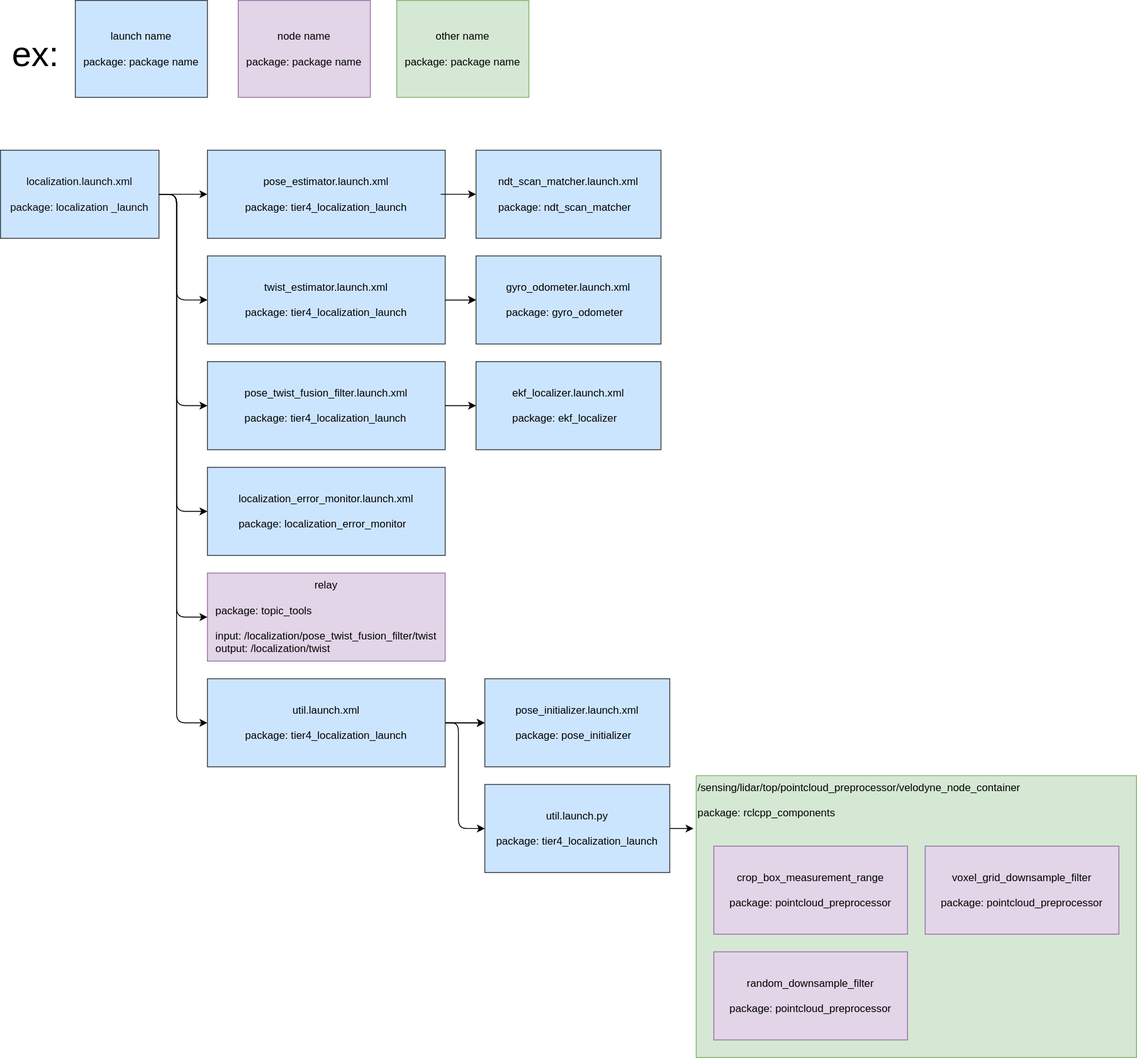
Above: main/launch/tier4_localization_launch/localization_launch.drawio.svg in cyn-liu/autoware.universe (draw.io), before the change. Source tidied: cells renumbered, new cells last; positions are measured from the earlier drawing's top-left corner, leaving out a move shared by most shapes.
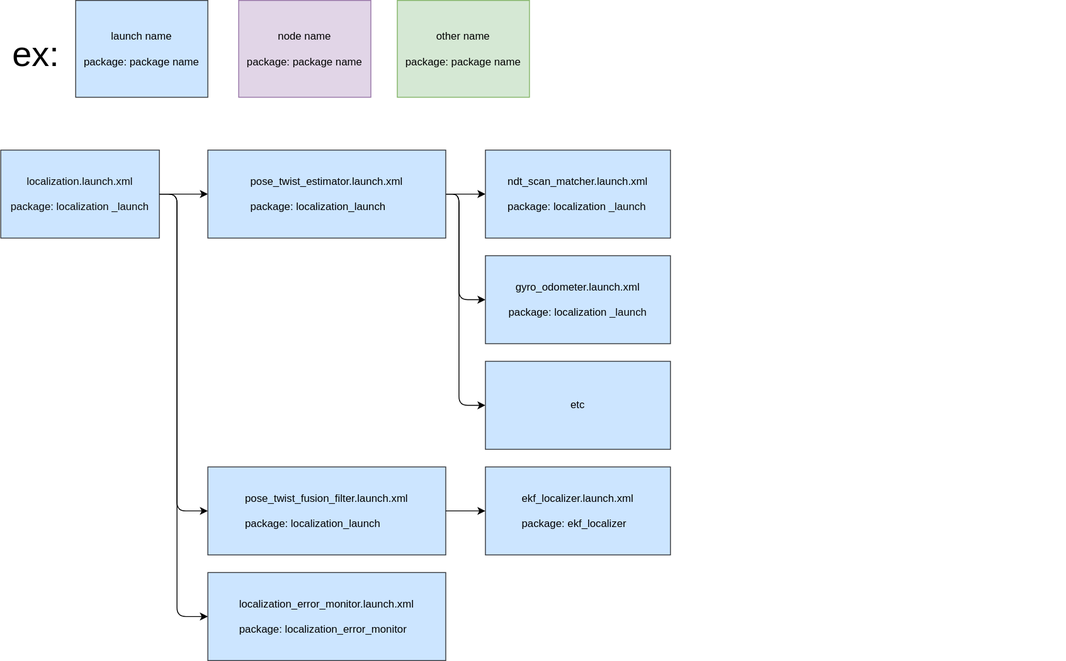
After the change.

Diff of the diagram source:
```diff
@@ -2,29 +2,9 @@
   <root>
     <mxCell id="0" />
     <mxCell id="1" parent="0" />
-    <mxCell id="2" value="/sensing/lidar/top/pointcloud_preprocessor/velodyne_node_container&lt;br&gt;&lt;br&gt;&lt;div&gt;&lt;span&gt;package: rclcpp_components&lt;/span&gt;&lt;/div&gt;" style="rounded=0;whiteSpace=wrap;html=1;fillColor=#d5e8d4;strokeColor=#82b366;fontColor=#000000;verticalAlign=top;align=left;" parent="1" vertex="1">
-      <mxGeometry x="790" y="880" width="500" height="320" as="geometry" />
-    </mxCell>
     <mxCell id="3" value="localization.launch.xml&lt;br&gt;&lt;br&gt;&lt;div&gt;&lt;span&gt;package: localization&lt;/span&gt;&lt;span&gt;_launch&lt;/span&gt;&lt;/div&gt;" style="rounded=0;whiteSpace=wrap;html=1;fillColor=#cce5ff;strokeColor=#36393d;fontColor=#0A0A0A;verticalAlign=middle;align=center;" parent="1" vertex="1">
       <mxGeometry y="170" width="180" height="100" as="geometry" />
     </mxCell>
-    <mxCell id="4" style="edgeStyle=orthogonalEdgeStyle;rounded=0;jettySize=auto;html=1;" parent="1" edge="1" source="6" target="30">
-      <mxGeometry relative="1" as="geometry" />
-    </mxCell>
-    <mxCell id="5" style="edgeStyle=orthogonalEdgeStyle;rounded=0;jettySize=auto;html=1;" parent="1" edge="1" source="6" target="30">
-      <mxGeometry relative="1" as="geometry" />
-    </mxCell>
-    <mxCell id="6" value="util.launch.xml&lt;br&gt;&lt;br&gt;&lt;div style=&quot;text-align: left&quot;&gt;package: localization_launch&lt;/div&gt;" style="rounded=0;whiteSpace=wrap;html=1;fillColor=#cce5ff;strokeColor=#36393d;fontColor=#000000;" parent="1" vertex="1">
-      <mxGeometry x="235" y="770" width="270" height="100" as="geometry" />
-    </mxCell>
-    <mxCell id="7" style="endArrow=classic;html=1;exitX=1;exitY=0.5;exitDx=0;exitDy=0;entryX=0;entryY=0.5;entryDx=0;entryDy=0;" parent="1" edge="1" source="3" target="6">
-      <mxGeometry relative="1" as="geometry">
-        <Array as="points">
-          <mxPoint x="200" y="220" />
-          <mxPoint x="200" y="820" />
-        </Array>
-      </mxGeometry>
-    </mxCell>
     <mxCell id="8" style="endArrow=classic;html=1;exitX=1;exitY=0.5;exitDx=0;exitDy=0;entryX=0;entryY=0.5;entryDx=0;entryDy=0;" parent="1" edge="1" source="3" target="9">
       <mxGeometry relative="1" as="geometry">
         <Array as="points">
@@ -32,7 +12,26 @@
         </Array>
       </mxGeometry>
     </mxCell>
+    <mxCell id="25" style="edgeStyle=orthogonalEdgeStyle;rounded=0;jettySize=auto;html=1;" parent="1" edge="1" source="9" target="24">
+      <mxGeometry relative="1" as="geometry" />
+    </mxCell>
+    <mxCell id="37" style="edgeStyle=orthogonalEdgeStyle;rounded=1;jettySize=auto;html=1;entryX=0;entryY=0.5;entryDx=0;entryDy=0;" parent="1" edge="1" source="9" target="26">
+      <mxGeometry relative="1" as="geometry">
+        <Array as="points">
+          <mxPoint x="520" y="220" />
+          <mxPoint x="520" y="340" />
+        </Array>
+      </mxGeometry>
+    </mxCell>
+    <mxCell id="38" style="edgeStyle=orthogonalEdgeStyle;rounded=1;jettySize=auto;html=1;entryX=0;entryY=0.5;entryDx=0;entryDy=0;" parent="1" edge="1" source="9" target="39">
+      <mxGeometry relative="1" as="geometry">
+        <Array as="points">
+          <mxPoint x="520" y="220" />
+          <mxPoint x="520" y="460" />
+        </Array>
+      </mxGeometry>
+    </mxCell>
-    <mxCell id="9" value="pose_estimator.launch.xml&lt;br&gt;&lt;br&gt;&lt;div style=&quot;text-align: left&quot;&gt;&lt;span&gt;package: localization_launch&lt;/span&gt;&lt;/div&gt;" style="rounded=0;whiteSpace=wrap;html=1;fillColor=#cce5ff;strokeColor=#36393d;fontColor=#000000;" parent="1" vertex="1">
+    <mxCell id="9" value="pose_twist_estimator.launch.xml&lt;br&gt;&lt;br&gt;&lt;div style=&quot;text-align: left&quot;&gt;&lt;span&gt;package: localization_launch&lt;/span&gt;&lt;/div&gt;" style="rounded=0;whiteSpace=wrap;html=1;fillColor=#cce5ff;strokeColor=#36393d;fontColor=#000000;" parent="1" vertex="1">
       <mxGeometry x="235" y="170" width="270" height="100" as="geometry" />
     </mxCell>
     <mxCell id="10" style="edgeStyle=none;rounded=0;orthogonalLoop=1;jettySize=auto;html=1;entryX=1;entryY=0.5;entryDx=0;entryDy=0;" parent="1" edge="1">
@@ -53,98 +52,42 @@
     <mxCell id="14" value="other name&lt;br&gt;&lt;br&gt;&lt;div style=&quot;text-align: left&quot;&gt;&lt;span&gt;package: package name&lt;/span&gt;&lt;/div&gt;" style="rounded=0;whiteSpace=wrap;html=1;fillColor=#d5e8d4;strokeColor=#82b366;fontColor=#000000;" parent="1" vertex="1">
       <mxGeometry x="450" width="150" height="110" as="geometry" />
     </mxCell>
-    <mxCell id="15" style="edgeStyle=orthogonalEdgeStyle;rounded=0;jettySize=auto;html=1;" parent="1" edge="1" source="16" target="26">
-      <mxGeometry relative="1" as="geometry" />
-    </mxCell>
-    <mxCell id="16" value="twist_estimator.launch.xml&lt;br&gt;&lt;br&gt;&lt;div style=&quot;text-align: left&quot;&gt;&lt;span&gt;package: localization_launch&lt;/span&gt;&lt;/div&gt;" style="rounded=0;whiteSpace=wrap;html=1;fillColor=#cce5ff;strokeColor=#36393d;fontColor=#000000;" parent="1" vertex="1">
-      <mxGeometry x="235" y="290" width="270" height="100" as="geometry" />
-    </mxCell>
-    <mxCell id="17" style="endArrow=classic;html=1;exitX=1;exitY=0.5;exitDx=0;exitDy=0;entryX=0;entryY=0.5;entryDx=0;entryDy=0;" parent="1" edge="1" source="3" target="16">
-      <mxGeometry relative="1" as="geometry">
-        <Array as="points">
-          <mxPoint x="200" y="220" />
-          <mxPoint x="200" y="340" />
-        </Array>
-      </mxGeometry>
-    </mxCell>
     <mxCell id="18" value="pose_twist_fusion_filter.launch.xml&lt;br&gt;&lt;br&gt;&lt;div style=&quot;text-align: left&quot;&gt;&lt;span&gt;package: localization_launch&lt;/span&gt;&lt;/div&gt;" style="rounded=0;whiteSpace=wrap;html=1;fillColor=#cce5ff;strokeColor=#36393d;fontColor=#000000;" parent="1" vertex="1">
-      <mxGeometry x="235" y="410" width="270" height="100" as="geometry" />
+      <mxGeometry x="235" y="530" width="270" height="100" as="geometry" />
     </mxCell>
     <mxCell id="19" style="endArrow=classic;html=1;exitX=1;exitY=0.5;exitDx=0;exitDy=0;entryX=0;entryY=0.5;entryDx=0;entryDy=0;" parent="1" edge="1" source="3" target="18">
       <mxGeometry relative="1" as="geometry">
         <Array as="points">
           <mxPoint x="200" y="220" />
-          <mxPoint x="200" y="460" />
+          <mxPoint x="200" y="580" />
         </Array>
       </mxGeometry>
     </mxCell>
     <mxCell id="20" value="localization_error_monitor.launch.xml&lt;br&gt;&lt;br&gt;&lt;div style=&quot;text-align: left&quot;&gt;&lt;span&gt;package: localization_error_monitor&lt;/span&gt;&lt;/div&gt;" style="rounded=0;whiteSpace=wrap;html=1;fillColor=#cce5ff;strokeColor=#36393d;fontColor=#000000;" parent="1" vertex="1">
-      <mxGeometry x="235" y="530" width="270" height="100" as="geometry" />
+      <mxGeometry x="235" y="650" width="270" height="100" as="geometry" />
     </mxCell>
     <mxCell id="21" style="endArrow=classic;html=1;exitX=1;exitY=0.5;exitDx=0;exitDy=0;entryX=0;entryY=0.5;entryDx=0;entryDy=0;" parent="1" edge="1" source="3" target="20">
       <mxGeometry relative="1" as="geometry">
         <Array as="points">
           <mxPoint x="200" y="220" />
-          <mxPoint x="200" y="580" />
+          <mxPoint x="200" y="700" />
         </Array>
       </mxGeometry>
     </mxCell>
-    <mxCell id="22" value="relay&lt;br&gt;&lt;br&gt;&lt;div style=&quot;text-align: left&quot;&gt;&lt;span&gt;package: topic_tools&lt;/span&gt;&lt;/div&gt;&lt;div style=&quot;text-align: left&quot;&gt;&lt;span&gt;&lt;br&gt;&lt;/span&gt;&lt;/div&gt;&lt;div style=&quot;text-align: left&quot;&gt;&lt;span&gt;input: /localization/pose_twist_fusion_filter/twist&lt;/span&gt;&lt;/div&gt;&lt;div style=&quot;text-align: left&quot;&gt;&lt;span&gt;output: /localization/twist&lt;/span&gt;&lt;/div&gt;" style="rounded=0;whiteSpace=wrap;html=1;fillColor=#e1d5e7;strokeColor=#9673a6;fontColor=#000000;" parent="1" vertex="1">
-      <mxGeometry x="235" y="650" width="270" height="100" as="geometry" />
-    </mxCell>
-    <mxCell id="23" style="endArrow=classic;html=1;exitX=1;exitY=0.5;exitDx=0;exitDy=0;entryX=0;entryY=0.5;entryDx=0;entryDy=0;" parent="1" edge="1" source="3" target="22">
-      <mxGeometry relative="1" as="geometry">
-        <Array as="points">
-          <mxPoint x="200" y="220" />
-          <mxPoint x="200" y="700" />
-        </Array>
-      </mxGeometry>
-    </mxCell>
-    <mxCell id="24" value="ndt_scan_matcher.launch.xml&lt;br&gt;&lt;br&gt;&lt;div style=&quot;text-align: left&quot;&gt;&lt;span&gt;package: ndt_scan_matcher&lt;/span&gt;&lt;/div&gt;" style="rounded=0;whiteSpace=wrap;html=1;fillColor=#cce5ff;strokeColor=#36393d;fontColor=#000000;" parent="1" vertex="1">
-      <mxGeometry x="540" y="170" width="210" height="100" as="geometry" />
+    <mxCell id="24" value="ndt_scan_matcher.launch.xml&lt;br&gt;&lt;br&gt;&lt;div style=&quot;text-align: left&quot;&gt;package: localization&lt;span style=&quot;border-color: var(--border-color); color: rgb(10, 10, 10); text-align: center;&quot;&gt;_launch&lt;/span&gt;&lt;br&gt;&lt;/div&gt;" style="rounded=0;whiteSpace=wrap;html=1;fillColor=#cce5ff;strokeColor=#36393d;fontColor=#000000;" parent="1" vertex="1">
+      <mxGeometry x="550" y="170" width="210" height="100" as="geometry" />
     </mxCell>
-    <mxCell id="25" style="endArrow=classic;html=1;exitX=0.981;exitY=0.5;exitDx=0;exitDy=0;entryX=0;entryY=0.5;entryDx=0;entryDy=0;exitPerimeter=0;" parent="1" edge="1" source="9" target="24">
-      <mxGeometry relative="1" as="geometry" />
-    </mxCell>
-    <mxCell id="26" value="gyro_odometer.launch.xml&lt;br&gt;&lt;br&gt;&lt;div style=&quot;text-align: left&quot;&gt;&lt;span&gt;package: gyro_odometer&lt;/span&gt;&lt;/div&gt;" style="rounded=0;whiteSpace=wrap;html=1;fillColor=#cce5ff;strokeColor=#36393d;fontColor=#000000;" parent="1" vertex="1">
-      <mxGeometry x="540" y="290" width="210" height="100" as="geometry" />
+    <mxCell id="26" value="gyro_odometer.launch.xml&lt;br&gt;&lt;br&gt;&lt;div style=&quot;text-align: left&quot;&gt;package: localization&lt;span style=&quot;border-color: var(--border-color); color: rgb(10, 10, 10); text-align: center;&quot;&gt;_launch&lt;/span&gt;&lt;br&gt;&lt;/div&gt;" style="rounded=0;whiteSpace=wrap;html=1;fillColor=#cce5ff;strokeColor=#36393d;fontColor=#000000;" parent="1" vertex="1">
+      <mxGeometry x="550" y="290" width="210" height="100" as="geometry" />
     </mxCell>
-    <mxCell id="27" style="endArrow=classic;html=1;exitX=1;exitY=0.5;exitDx=0;exitDy=0;entryX=0;entryY=0.5;entryDx=0;entryDy=0;" parent="1" edge="1" source="16" target="26">
-      <mxGeometry relative="1" as="geometry" />
-    </mxCell>
     <mxCell id="28" value="ekf_localizer.launch.xml&lt;br&gt;&lt;br&gt;&lt;div style=&quot;text-align: left&quot;&gt;&lt;span&gt;package: ekf_localizer&lt;/span&gt;&lt;/div&gt;" style="rounded=0;whiteSpace=wrap;html=1;fillColor=#cce5ff;strokeColor=#36393d;fontColor=#000000;" parent="1" vertex="1">
-      <mxGeometry x="540" y="410" width="210" height="100" as="geometry" />
+      <mxGeometry x="550" y="530" width="210" height="100" as="geometry" />
     </mxCell>
     <mxCell id="29" style="edgeStyle=orthogonalEdgeStyle;rounded=0;jettySize=auto;html=1;exitX=1;exitY=0.5;exitDx=0;exitDy=0;" parent="1" edge="1" source="18" target="28">
       <mxGeometry relative="1" as="geometry" />
     </mxCell>
-    <mxCell id="30" value="pose_initializer.launch.xml&lt;br&gt;&lt;br&gt;&lt;div style=&quot;text-align: left&quot;&gt;&lt;span&gt;package: pose_initializer&lt;/span&gt;&lt;/div&gt;" style="rounded=0;whiteSpace=wrap;html=1;fillColor=#cce5ff;strokeColor=#36393d;fontColor=#000000;" parent="1" vertex="1">
-      <mxGeometry x="550" y="770" width="210" height="100" as="geometry" />
-    </mxCell>
-    <mxCell id="31" value="util.launch.py&lt;br&gt;&lt;br&gt;&lt;div style=&quot;text-align: left&quot;&gt;&lt;span&gt;package: localization_launch&lt;/span&gt;&lt;/div&gt;" style="rounded=0;whiteSpace=wrap;html=1;fillColor=#cce5ff;strokeColor=#36393d;fontColor=#000000;" parent="1" vertex="1">
-      <mxGeometry x="550" y="890" width="210" height="100" as="geometry" />
-    </mxCell>
-    <mxCell id="32" style="endArrow=classic;html=1;exitX=1;exitY=0.5;exitDx=0;exitDy=0;entryX=0;entryY=0.5;entryDx=0;entryDy=0;" parent="1" edge="1" source="6" target="31">
-      <mxGeometry relative="1" as="geometry">
-        <Array as="points">
-          <mxPoint x="520" y="820" />
-          <mxPoint x="520" y="940" />
-        </Array>
-      </mxGeometry>
-    </mxCell>
-    <mxCell id="33" value="crop_box_measurement_range&lt;br&gt;&lt;br&gt;&lt;div style=&quot;text-align: left&quot;&gt;&lt;span&gt;package: pointcloud_preprocessor&lt;/span&gt;&lt;/div&gt;" style="rounded=0;whiteSpace=wrap;html=1;fillColor=#e1d5e7;strokeColor=#9673a6;fontColor=#000000;" parent="1" vertex="1">
-      <mxGeometry x="810" y="960" width="220" height="100" as="geometry" />
-    </mxCell>
-    <mxCell id="34" value="voxel_grid_downsample_filter&lt;br&gt;&lt;br&gt;&lt;div style=&quot;text-align: left&quot;&gt;&lt;span&gt;package: pointcloud_preprocessor&lt;/span&gt;&lt;/div&gt;" style="rounded=0;whiteSpace=wrap;html=1;fillColor=#e1d5e7;strokeColor=#9673a6;fontColor=#000000;" parent="1" vertex="1">
-      <mxGeometry x="1050" y="960" width="220" height="100" as="geometry" />
-    </mxCell>
-    <mxCell id="35" value="random_downsample_filter&lt;br&gt;&lt;br&gt;&lt;div style=&quot;text-align: left&quot;&gt;&lt;span&gt;package: pointcloud_preprocessor&lt;/span&gt;&lt;/div&gt;" style="rounded=0;whiteSpace=wrap;html=1;fillColor=#e1d5e7;strokeColor=#9673a6;fontColor=#000000;" parent="1" vertex="1">
-      <mxGeometry x="810" y="1080" width="220" height="100" as="geometry" />
-    </mxCell>
-    <mxCell id="36" style="edgeStyle=orthogonalEdgeStyle;rounded=0;jettySize=auto;html=1;exitX=1;exitY=0.5;exitDx=0;exitDy=0;" parent="1" edge="1" source="31">
-      <mxGeometry relative="1" as="geometry">
-        <mxPoint x="787" y="940" as="targetPoint" />
-      </mxGeometry>
-    </mxCell>
+    <mxCell id="39" value="etc" style="rounded=0;whiteSpace=wrap;html=1;fillColor=#cce5ff;strokeColor=#36393d;fontColor=#000000;" parent="1" vertex="1">
+      <mxGeometry x="550" y="410" width="210" height="100" as="geometry" />
+    </mxCell>
   </root>
 </mxGraphModel>
```
